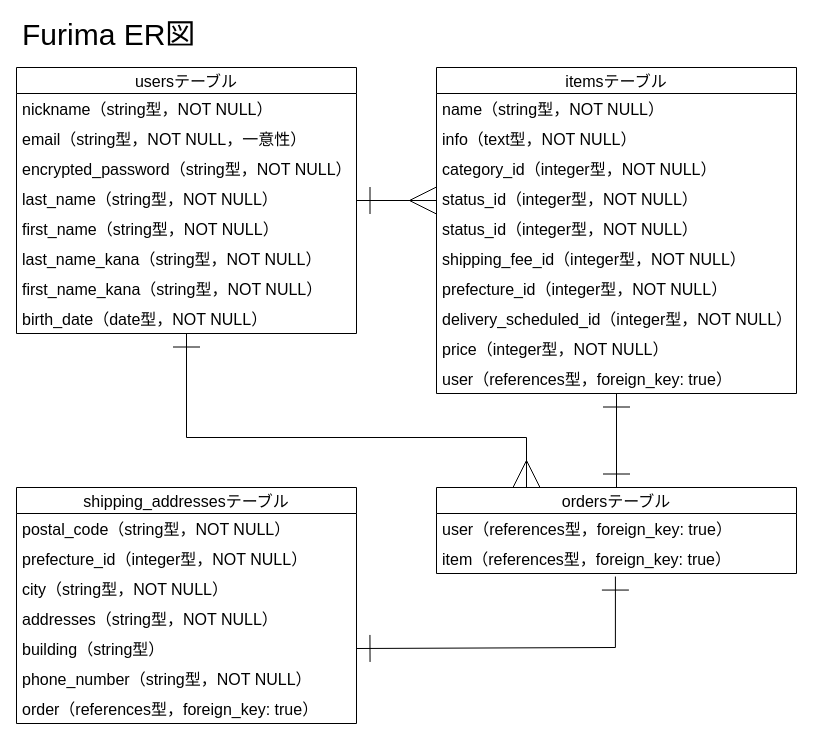
Hammer0369/furima-36243 keeps this draw.io diagram as ER.dio. Above is the earlier version. Source tidied: cells renumbered, new cells numbered last; positions are measured from the earlier drawing's top-left corner, leaving out a move shared by most shapes. Both pictures are drawn from the tidied source at 100%, with x=0, y=0 at pixel (16, 16).
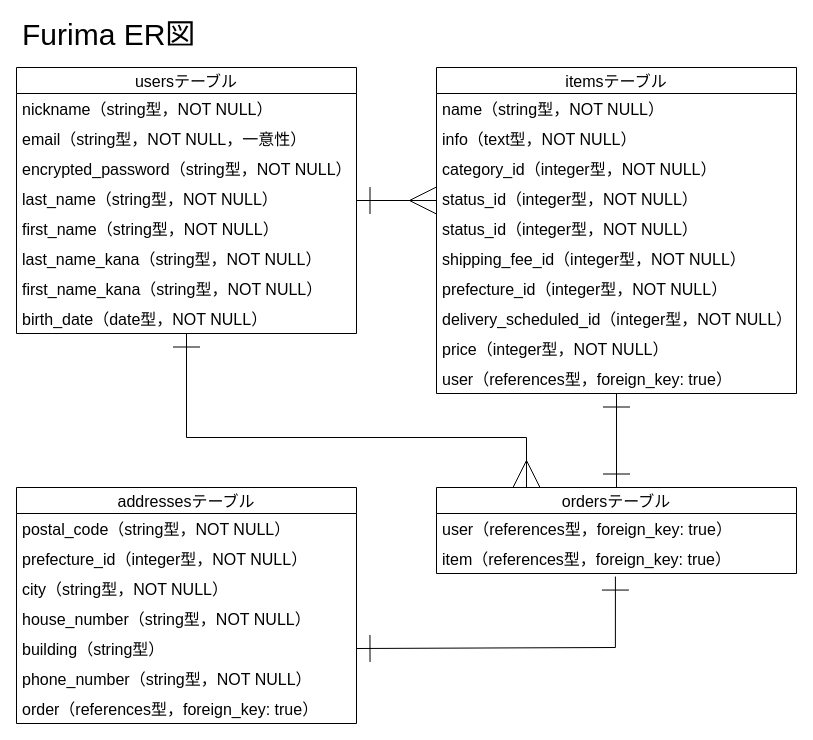
The same diagram, later.

Commit message (it also covers changes not shown here):
調整）モデル名が長いので修正

Diff of the diagram source:
```diff
@@
-    <mxCell id="29" value="shipping_addressesテーブル" style="swimlane;fontStyle=0;horizontal=1;startSize=26;align=center;fontSize=16;" parent="1" vertex="1">
+    <mxCell id="29" value="addressesテーブル" style="swimlane;fontStyle=0;horizontal=1;startSize=26;align=center;fontSize=16;" parent="1" vertex="1">
       <mxGeometry y="471" width="340" height="236" as="geometry" />
     </mxCell>
@@
-    <mxCell id="33" value="addresses（string型，NOT NULL）" style="text;strokeColor=none;fillColor=none;spacingLeft=4;spacingRight=4;overflow=hidden;fontSize=16;" parent="29" vertex="1">
+    <mxCell id="33" value="house_number（string型，NOT NULL）" style="text;strokeColor=none;fillColor=none;spacingLeft=4;spacingRight=4;overflow=hidden;fontSize=16;" parent="29" vertex="1">
       <mxGeometry y="116" width="340" height="30" as="geometry" />
     </mxCell>
```
